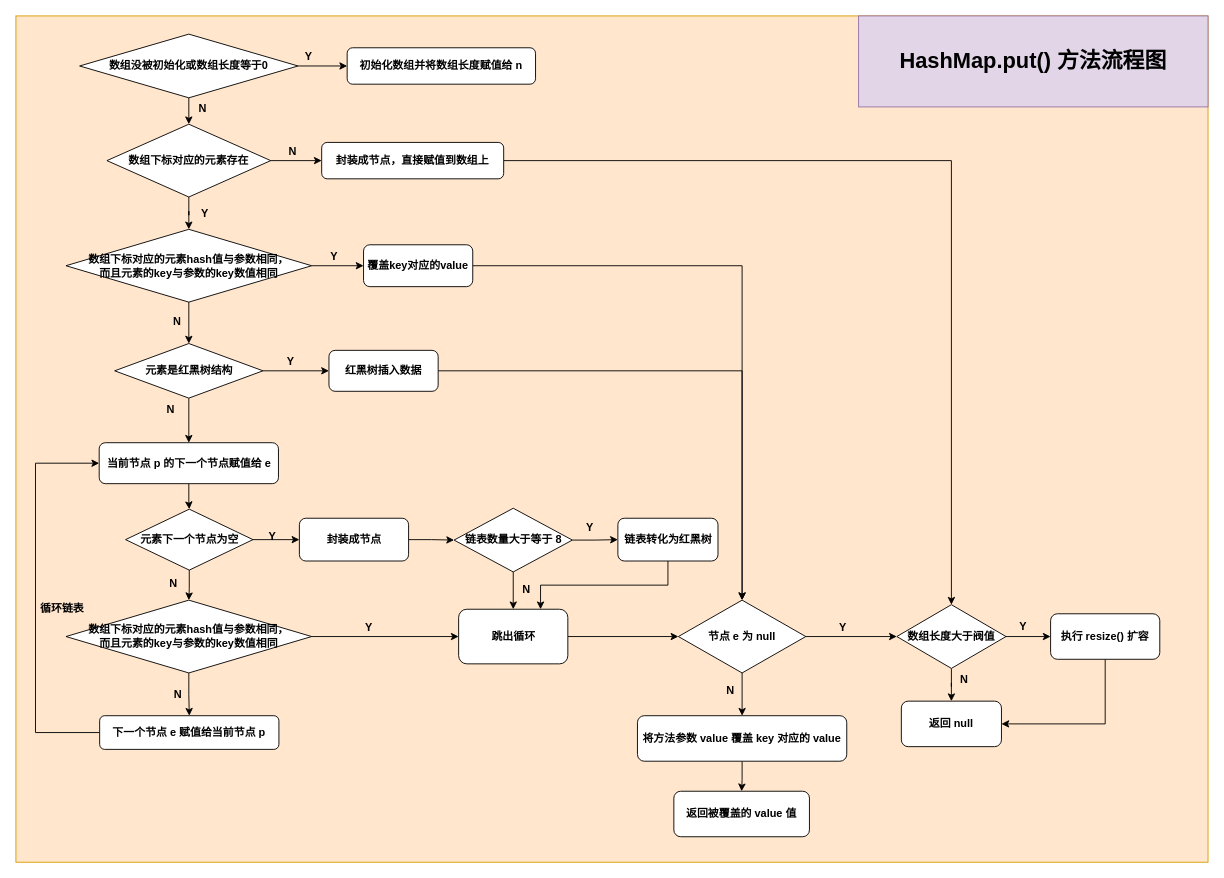
This is HashMap/put源码流程图.drawio from Muggle666/PicGo, a draw.io file, before an edit. Source tidied: cells renumbered, new cells numbered last; positions are measured from the earlier drawing's top-left corner, leaving out a move shared by most shapes. Both pictures are drawn from the tidied source at 91%, with x=0, y=0 at pixel (15, 15).
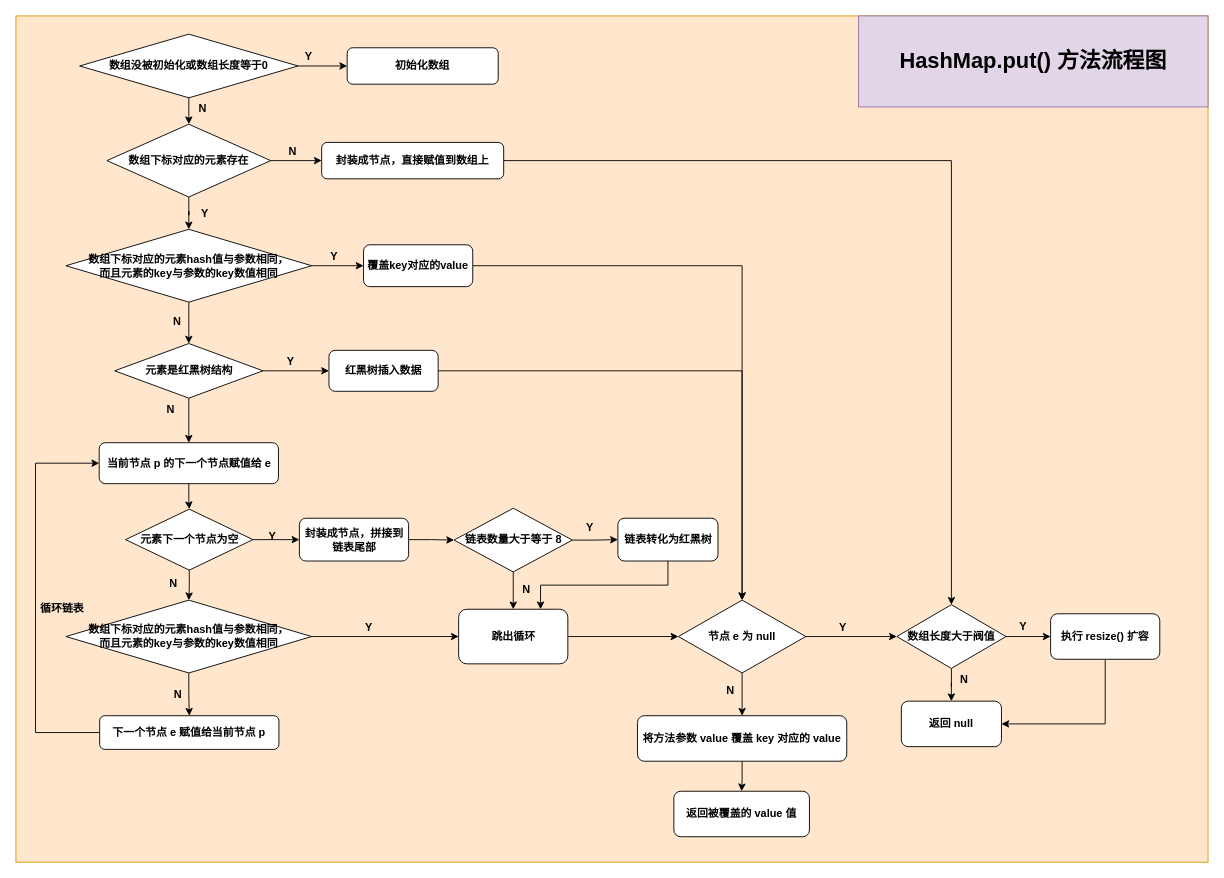
Above is the later version.

Change to the diagram source:
```diff
@@
-    <mxCell id="6" value="初始化数组并将数组长度赋值给 n" style="rounded=1;whiteSpace=wrap;html=1;fontStyle=1;" parent="1" vertex="1">
-      <mxGeometry x="364" y="35" width="207" height="40" as="geometry" />
+    <mxCell id="6" value="初始化数组" style="rounded=1;whiteSpace=wrap;html=1;fontStyle=1;" parent="1" vertex="1">
+      <mxGeometry x="364" y="35" width="166" height="40" as="geometry" />
     </mxCell>
@@
-    <mxCell id="30" value="封装成节点" style="rounded=1;whiteSpace=wrap;html=1;fontStyle=1;" parent="1" vertex="1">
+    <mxCell id="30" value="封装成节点，拼接到链表尾部" style="rounded=1;whiteSpace=wrap;html=1;fontStyle=1;" parent="1" vertex="1">
       <mxGeometry x="311.5" y="552" width="120" height="47" as="geometry" />
     </mxCell>
```
